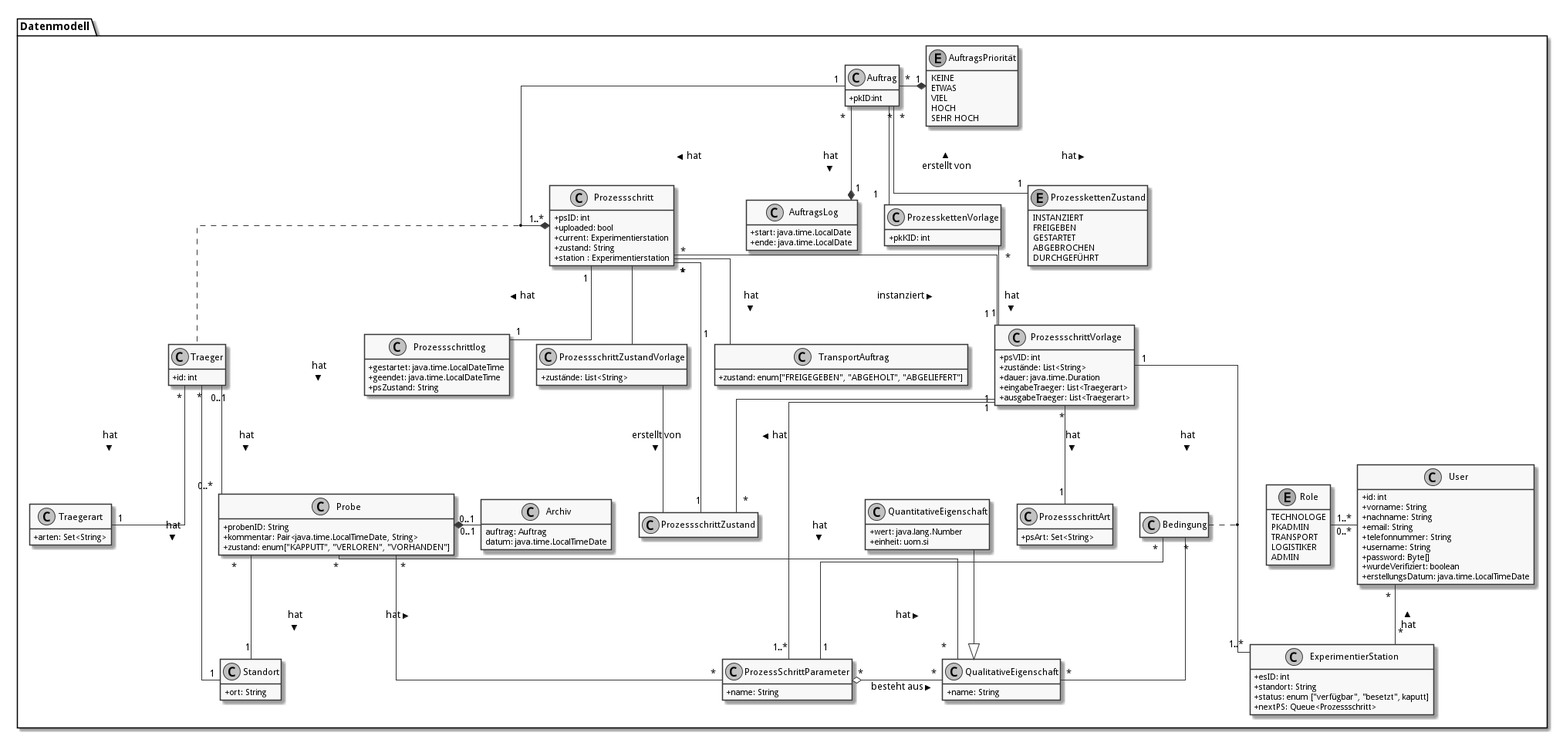
Above: doc/UML/datenModel.png in fkehlenb/softwareprojekt-2 (PlantUML), before the change.
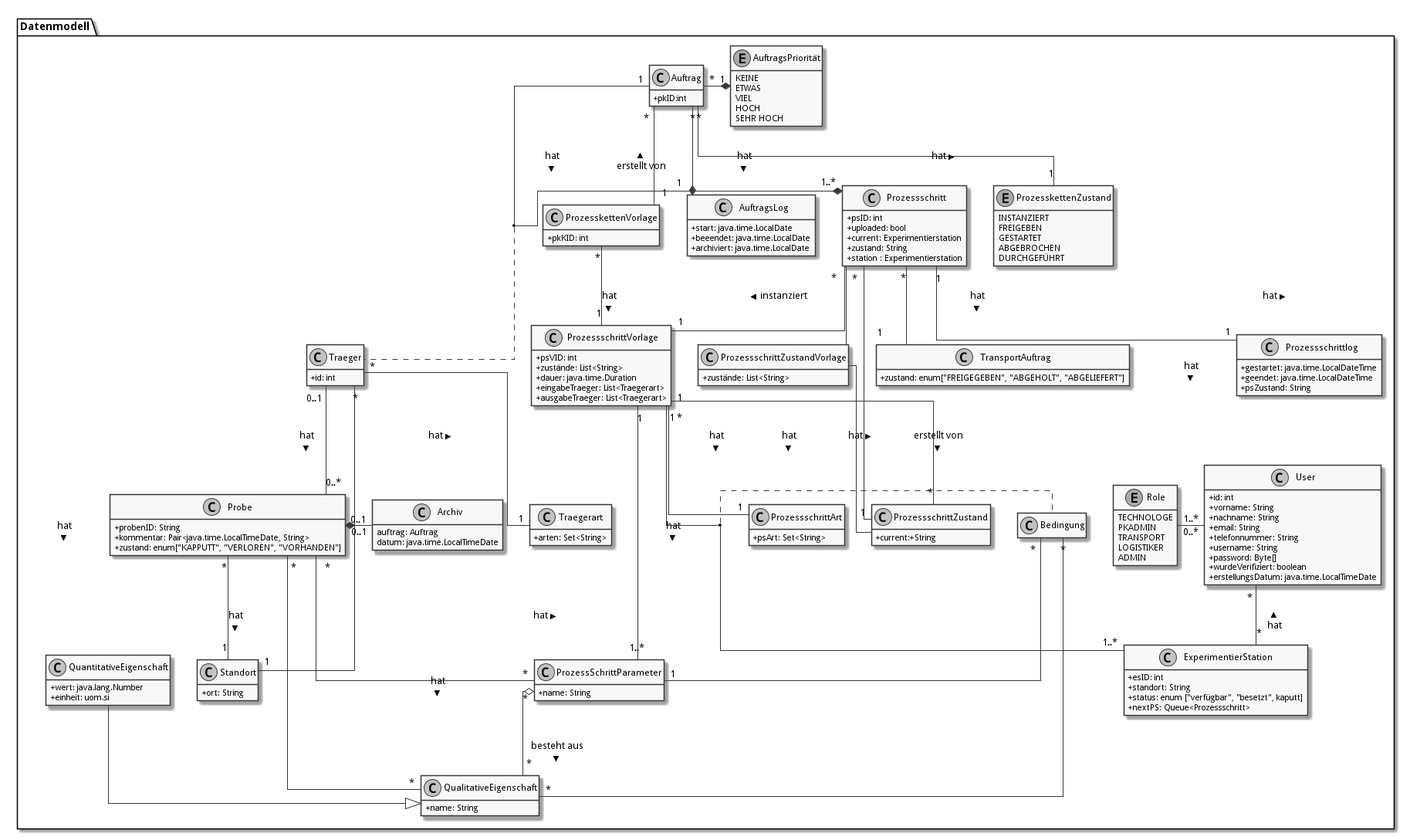
The same file after the commit.

Commit message:
mehr model Verbesserungen

Change to the diagram source:
```diff
@@ -8,7 +8,7 @@
 hide empty members
 
 package Datenmodell {
-  enum Role{
+  enum Role {
   TECHNOLOGE
   PKADMIN
   TRANSPORT
@@ -35,7 +35,7 @@
   +zustand: enum["KAPPUTT", "VERLOREN", "VORHANDEN"]
 }
 
-CLASS Standort {
+class Standort {
   +ort: String
 }
 
@@ -76,6 +76,7 @@
 }
 
 class ProzessschrittZustand {
+  +current:+String
 }
 
 class ProzessschrittZustandVorlage {
@@ -109,7 +110,8 @@
 
 class AuftragsLog {
   +start: java.time.LocalDate
-  +ende: java.time.LocalDate
+  +beeendet: java.time.LocalDate
+  +archiviert: java.time.LocalDate
 }
 
 
@@ -189,7 +191,7 @@
   Probe "*" -- "*" pp: hat >
   Probe "*" -- "*" qualE: hat >
 
-  pp "*" o- "*" qualE: besteht aus >
+  pp "*" o-down- "*" qualE: besteht aus >
 
 
   quantE --|> qualE
```
